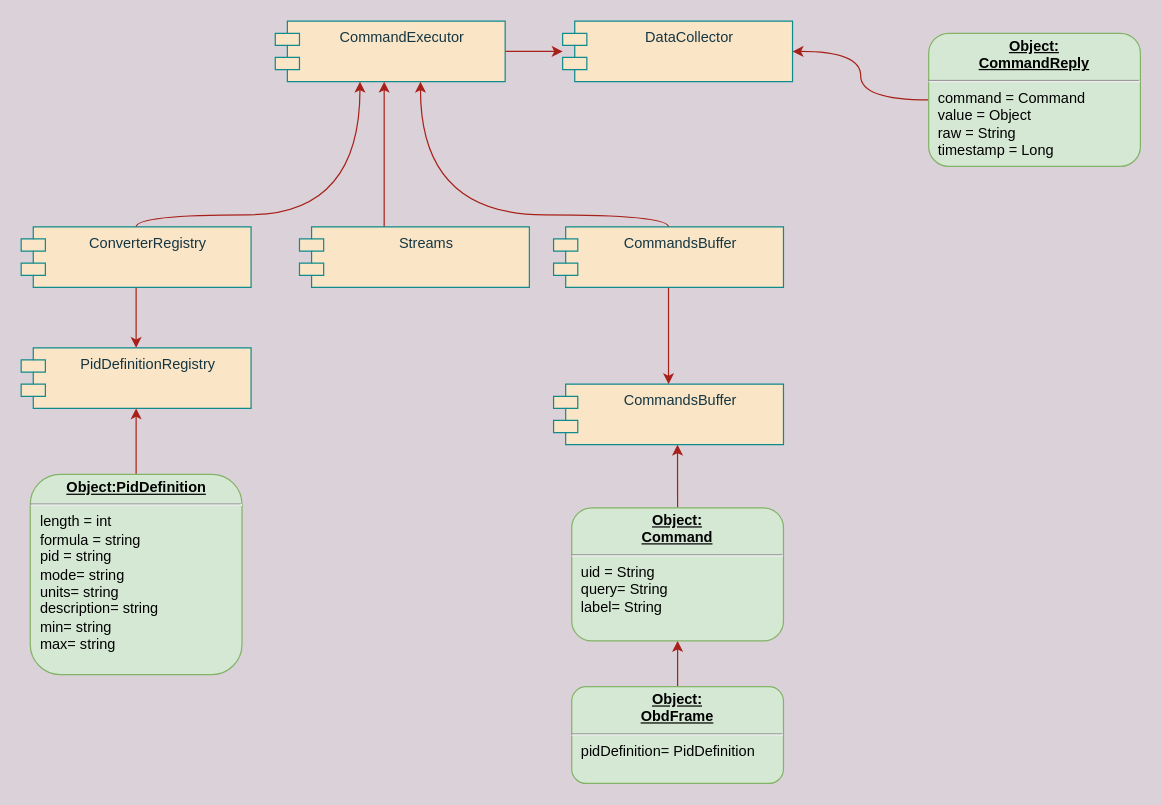
This is src/main/resources/design.drawio from tzebrowski/ObdMetrics, a draw.io file, before an edit. Source tidied: cells renumbered, new cells numbered last; positions are measured from the earlier drawing's top-left corner, leaving out a move shared by most shapes. Both pictures are drawn from the tidied source at 121%, with x=0, y=0 at pixel (21, 21).
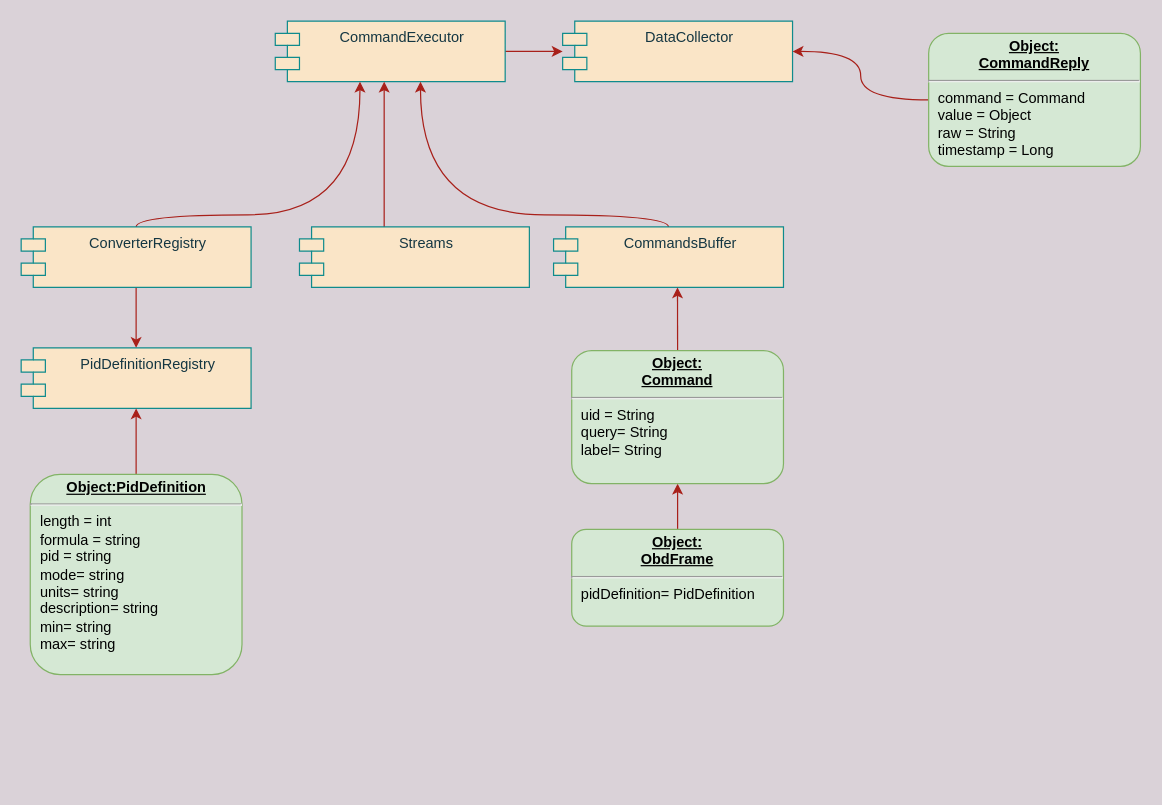
Above is the later version.

The change refers to these unchanged cells:
```xml
<mxCell id="11" value="CommandsBuffer" style="shape=module;align=left;spacingLeft=20;align=center;verticalAlign=top;fillColor=#FAE5C7;strokeColor=#0F8B8D;fontColor=#143642;rounded=1;" parent="1" vertex="1">
  <mxGeometry x="440" y="170" width="190" height="50" as="geometry" />
</mxCell>
```

Change to the diagram source:
```diff
@@
-    <mxCell id="10" style="edgeStyle=orthogonalEdgeStyle;jettySize=auto;html=1;strokeColor=#A8201A;fontColor=#143642;labelBackgroundColor=#DAD2D8;curved=1;" parent="1" edge="1" source="11" target="16">
-      <mxGeometry relative="1" as="geometry" />
-    </mxCell>
@@
-    <mxCell id="16" value="CommandsBuffer" style="shape=module;align=left;spacingLeft=20;align=center;verticalAlign=top;fillColor=#FAE5C7;strokeColor=#0F8B8D;fontColor=#143642;rounded=1;" parent="1" vertex="1">
-      <mxGeometry x="440" y="300" width="190" height="50" as="geometry" />
-    </mxCell>
@@
     <mxCell id="18" value="&lt;p style=&quot;margin: 0px ; margin-top: 4px ; text-align: center ; text-decoration: underline&quot;&gt;&lt;b&gt;Object:&lt;/b&gt;&lt;/p&gt;&lt;div style=&quot;text-align: center&quot;&gt;&lt;span&gt;&lt;b&gt;&lt;u&gt;ObdFrame&lt;/u&gt;&lt;/b&gt;&lt;/span&gt;&lt;/div&gt;&lt;hr&gt;&lt;p style=&quot;margin: 0px ; margin-left: 8px&quot;&gt;pidDefinition= PidDefinition&lt;br&gt;&lt;/p&gt;" style="verticalAlign=top;align=left;overflow=fill;fontSize=12;fontFamily=Helvetica;html=1;fillColor=#d5e8d4;strokeColor=#82b366;rounded=1;" parent="1" vertex="1">
-      <mxGeometry x="455" y="550" width="175" height="80" as="geometry" />
+      <mxGeometry x="455" y="420" width="175" height="80" as="geometry" />
     </mxCell>
-    <mxCell id="19" style="edgeStyle=orthogonalEdgeStyle;jettySize=auto;html=1;entryX=0.539;entryY=1;entryDx=0;entryDy=0;entryPerimeter=0;strokeColor=#A8201A;fontColor=#143642;labelBackgroundColor=#DAD2D8;curved=1;" parent="1" edge="1" source="20" target="16">
-      <mxGeometry relative="1" as="geometry" />
+    <mxCell id="19" style="edgeStyle=orthogonalEdgeStyle;jettySize=auto;html=1;entryX=0.539;entryY=1;entryDx=0;entryDy=0;entryPerimeter=0;strokeColor=#A8201A;fontColor=#143642;labelBackgroundColor=#DAD2D8;curved=1;" parent="1" edge="1" source="20">
+      <mxGeometry relative="1" as="geometry">
+        <mxPoint x="542.4" y="220" as="targetPoint" />
+      </mxGeometry>
     </mxCell>
     <mxCell id="20" value="&lt;p style=&quot;margin: 0px ; margin-top: 4px ; text-align: center ; text-decoration: underline&quot;&gt;&lt;b&gt;Object:&lt;/b&gt;&lt;/p&gt;&lt;div style=&quot;text-align: center&quot;&gt;&lt;b&gt;&lt;u&gt;Command&lt;/u&gt;&lt;/b&gt;&lt;br&gt;&lt;/div&gt;&lt;hr&gt;&lt;p style=&quot;margin: 0px ; margin-left: 8px&quot;&gt;uid = String&lt;/p&gt;&lt;p style=&quot;margin: 0px ; margin-left: 8px&quot;&gt;query= String&lt;/p&gt;&lt;p style=&quot;margin: 0px ; margin-left: 8px&quot;&gt;label= String&lt;/p&gt;&lt;p style=&quot;margin: 0px 0px 0px 8px&quot;&gt;&lt;br&gt;&lt;/p&gt;&lt;p style=&quot;margin: 0px 0px 0px 8px&quot;&gt;&lt;br&gt;&lt;/p&gt;" style="verticalAlign=top;align=left;overflow=fill;fontSize=12;fontFamily=Helvetica;html=1;fillColor=#d5e8d4;strokeColor=#82b366;rounded=1;" parent="1" vertex="1">
-      <mxGeometry x="455" y="402.2" width="175" height="110" as="geometry" />
+      <mxGeometry x="455" y="272.2" width="175" height="110" as="geometry" />
     </mxCell>
```
